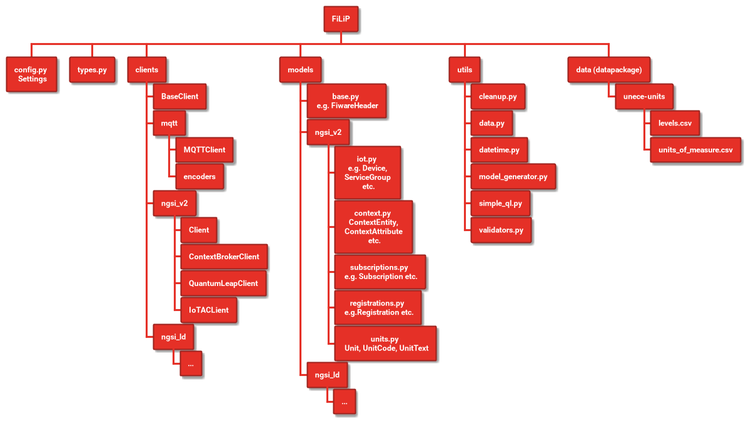
The PlantUML diagram docs/diagrams/out/architecture.png in RWTH-EBC/FiLiP, before a commit.
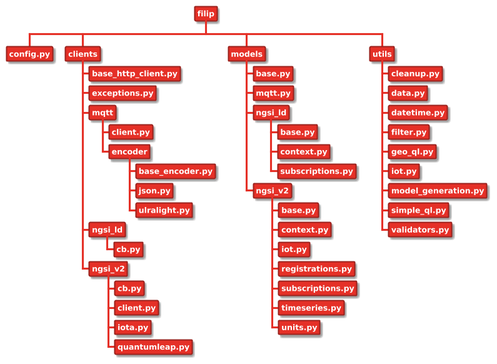
Later version of the same file.

Commit message:
chore: update project architecture diagram

Change to the diagram source:
```diff
@@ -1,18 +1,16 @@
 @startwbs
+
 !theme materia
 skinparam BackgroundColor white
 
 <style>
   Linecolor black
   arrow {
-    // note that connector are actually "arrow" even if they don't look like as arrow
-    // This is to be consistent with other UML diagrams. Not 100% sure that it's a good idea
-    // So now connector are green
     LineColor #E53027
   }
 node {
-    Padding 2
-    Margin 3
+    Padding 4
+    Margin 8
     HorizontalAlignment center
     LineColor #9B231E
     LineThickness 2.0
@@ -24,44 +22,47 @@
     MaximumWidth 150
 }
 </style>
-
-* FiLiP
-** config.py \n Settings
-** types.py
+* filip
+** config.py
 ** clients
-*** BaseClient
+*** base_http_client.py
+*** exceptions.py
 *** mqtt
-**** MQTTClient
-**** encoders
+**** client.py
+**** encoder
+***** base_encoder.py
+***** json.py
+***** ulralight.py
+*** ngsi_ld
+**** cb.py
 *** ngsi_v2
-**** Client
-**** ContextBrokerClient
-**** QuantumLeapClient
-**** IoTACLient
+**** cb.py
+**** client.py
+**** iota.py
+**** quantumleap.py
+** models
+*** base.py
+*** mqtt.py
 *** ngsi_ld
-**** ...
-
-** models
-*** base.py \n e.g. FiwareHeader
+**** base.py
+**** context.py
+**** subscriptions.py
 *** ngsi_v2
-**** iot.py \n e.g. Device, \n ServiceGroup \n etc.
-**** context.py \n ContextEntity, \n ContextAttribute \n etc.
-**** subscriptions.py \n e.g. Subscription etc.
-**** registrations.py \n e.g.Registration etc.
-**** units.py \n Unit, UnitCode, UnitText
-*** ngsi_ld
-**** ...
+**** base.py
+**** context.py
+**** iot.py
+**** registrations.py
+**** subscriptions.py
+**** timeseries.py
+**** units.py
 ** utils
 *** cleanup.py
 *** data.py
 *** datetime.py
-*** model_generator.py
+*** filter.py
+*** geo_ql.py
+*** iot.py
+*** model_generation.py
 *** simple_ql.py
 *** validators.py
-
-** data (datapackage)
-*** unece-units
-**** levels.csv
-**** units_of_measure.csv
-
 @endwbs
```
